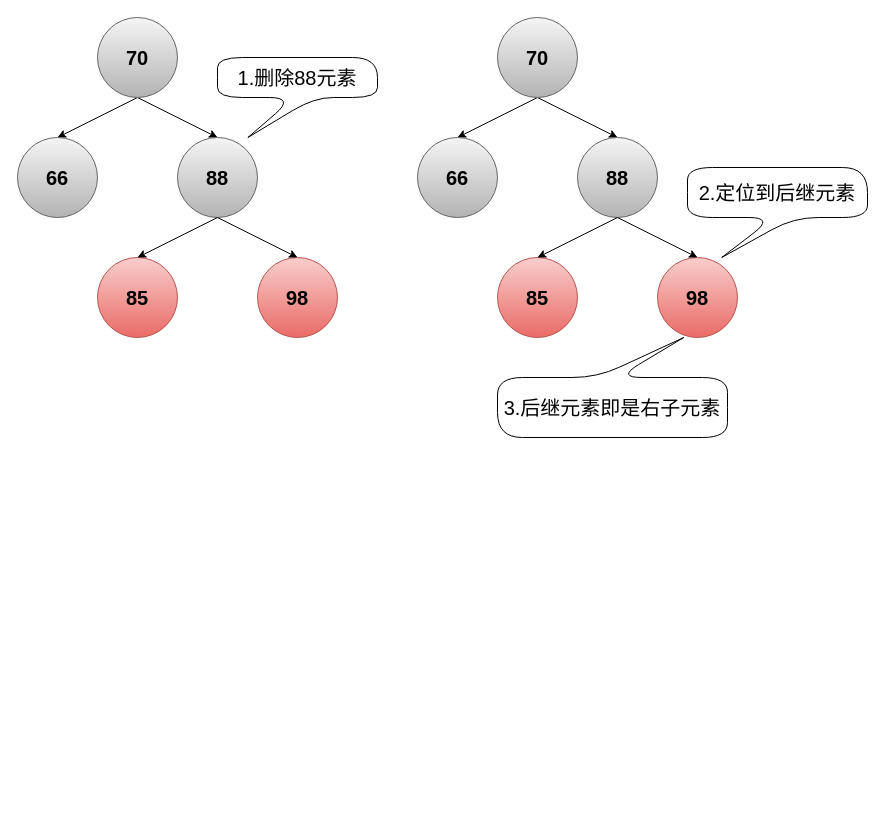
This is typora/JavaSE/6 集合/drawio/HashMap/维护平衡-删除.drawio from LDChing0321/JavaLearn, a draw.io file, before an edit. Source tidied: cells renumbered, new cells numbered last; positions are measured from the earlier drawing's top-left corner, leaving out a move shared by most shapes. Both pictures are drawn from the tidied source at 100%, with x=0, y=0 at pixel (17, 17).
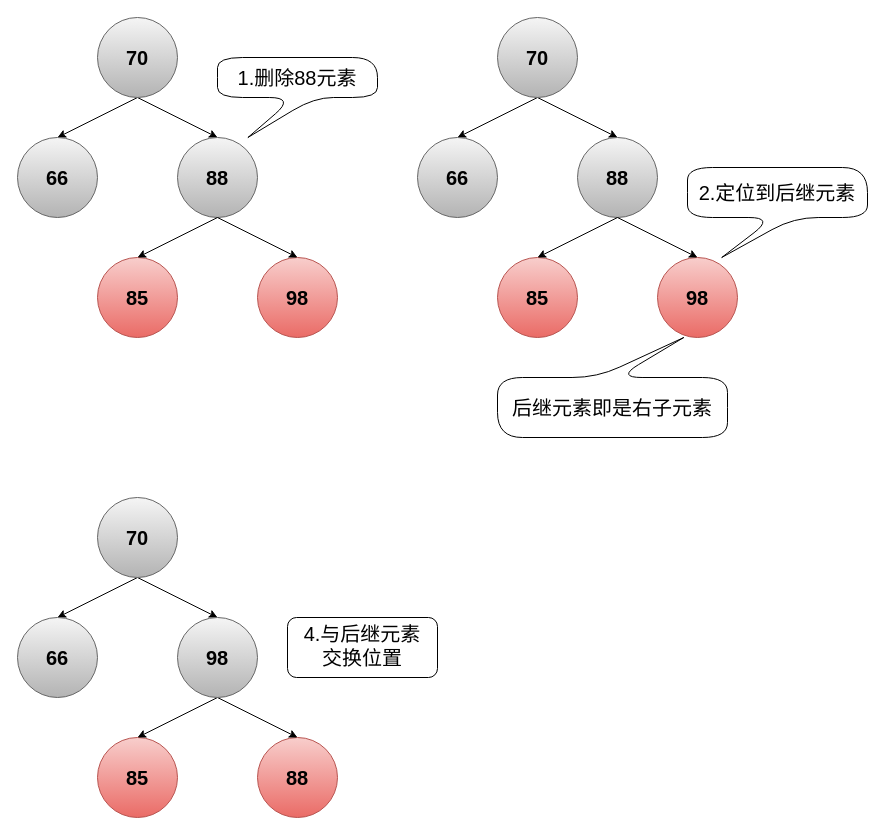
After the change.

Commit message (it also covers changes not shown here):
更新维护平衡-删除.drawio

Diff of the diagram source:
```diff
@@
-    <mxCell id="22" value="3.后继元素即是右子元素" style="shape=callout;whiteSpace=wrap;html=1;perimeter=calloutPerimeter;fontSize=20;rounded=1;arcSize=50;position2=0.19;size=40;position=0.48;direction=west;" parent="1" vertex="1">
+    <mxCell id="22" value="后继元素即是右子元素" style="shape=callout;whiteSpace=wrap;html=1;perimeter=calloutPerimeter;fontSize=20;rounded=1;arcSize=50;position2=0.19;size=40;position=0.48;direction=west;" parent="1" vertex="1">
       <mxGeometry x="480" y="320" width="230" height="100" as="geometry" />
     </mxCell>
+    <mxCell id="23" style="rounded=0;jettySize=auto;html=1;exitX=0.5;exitY=1;exitDx=0;exitDy=0;entryX=0.5;entryY=0;entryDx=0;entryDy=0;fontSize=20;" parent="1" edge="1" source="25" target="26">
+      <mxGeometry relative="1" as="geometry" />
+    </mxCell>
+    <mxCell id="24" style="rounded=0;jettySize=auto;html=1;exitX=0.5;exitY=1;exitDx=0;exitDy=0;entryX=0.5;entryY=0;entryDx=0;entryDy=0;fontSize=20;" parent="1" edge="1" source="25" target="31">
+      <mxGeometry relative="1" as="geometry" />
+    </mxCell>
+    <mxCell id="25" value="&lt;b style=&quot;font-size: 20px;&quot;&gt;70&lt;/b&gt;" style="ellipse;whiteSpace=wrap;html=1;fontSize=20;fillColor=#f5f5f5;gradientColor=#b3b3b3;strokeColor=#666666;" parent="1" vertex="1">
+      <mxGeometry x="80" y="480" width="80" height="80" as="geometry" />
+    </mxCell>
+    <mxCell id="26" value="&lt;b style=&quot;font-size: 20px;&quot;&gt;66&lt;/b&gt;" style="ellipse;whiteSpace=wrap;html=1;fontSize=20;fillColor=#f5f5f5;strokeColor=#666666;gradientColor=#b3b3b3;" parent="1" vertex="1">
+      <mxGeometry y="600" width="80" height="80" as="geometry" />
+    </mxCell>
+    <mxCell id="27" value="&lt;b style=&quot;font-size: 20px;&quot;&gt;88&lt;/b&gt;" style="ellipse;whiteSpace=wrap;html=1;fontSize=20;fillColor=#f8cecc;gradientColor=#ea6b66;strokeColor=#b85450;" parent="1" vertex="1">
+      <mxGeometry x="240" y="720" width="80" height="80" as="geometry" />
+    </mxCell>
+    <mxCell id="28" value="&lt;b style=&quot;font-size: 20px;&quot;&gt;85&lt;/b&gt;" style="ellipse;whiteSpace=wrap;html=1;fontSize=20;fillColor=#f8cecc;gradientColor=#ea6b66;strokeColor=#b85450;" parent="1" vertex="1">
+      <mxGeometry x="80" y="720" width="80" height="80" as="geometry" />
+    </mxCell>
+    <mxCell id="29" style="edgeStyle=none;rounded=0;jettySize=auto;html=1;exitX=0.5;exitY=1;exitDx=0;exitDy=0;entryX=0.5;entryY=0;entryDx=0;entryDy=0;fontSize=20;" parent="1" edge="1" source="31" target="28">
+      <mxGeometry relative="1" as="geometry" />
+    </mxCell>
+    <mxCell id="30" style="edgeStyle=none;rounded=0;jettySize=auto;html=1;exitX=0.5;exitY=1;exitDx=0;exitDy=0;entryX=0.5;entryY=0;entryDx=0;entryDy=0;fontSize=20;" parent="1" edge="1" source="31" target="27">
+      <mxGeometry relative="1" as="geometry" />
+    </mxCell>
+    <mxCell id="31" value="&lt;b style=&quot;font-size: 20px;&quot;&gt;98&lt;/b&gt;" style="ellipse;whiteSpace=wrap;html=1;fontSize=20;fillColor=#f5f5f5;gradientColor=#b3b3b3;strokeColor=#666666;" parent="1" vertex="1">
+      <mxGeometry x="160" y="600" width="80" height="80" as="geometry" />
+    </mxCell>
+    <mxCell id="32" value="4.与后继元素&lt;br&gt;交换位置" style="rounded=1;whiteSpace=wrap;html=1;fontSize=20;fillStyle=auto;spacing=2;spacingTop=0;spacingBottom=4;" parent="1" vertex="1">
+      <mxGeometry x="270" y="600" width="150" height="60" as="geometry" />
+    </mxCell>
```
